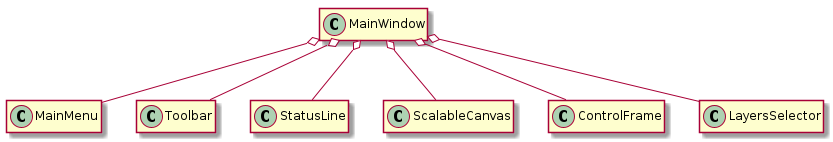
The PlantUML diagram documentation/main_window_classes.png in fian-tuesday/interfan, before a commit. Source of this version:
```plantuml
@startuml

class MainWindow{
    _init_menu()
    _init_toolbar()
    _init_status_line()
    _init_canvas()
    _init_control_frame()
    _init_layers_selector()
    _bind_controllers()
    load_interferogram_dialog()
    save_phases_dialog()
}

class MainMenu
class Toolbar
class StatusLine


class ScalableCanvas{
    scale_image(percent)
    crawl(dx, dy)
    get_coords(x, y)
}


class ControlFrame{
}

class LayersSelector{
}

hide members

MainWindow o-down- MainMenu
MainWindow o-down- Toolbar
MainWindow o-down- StatusLine
MainWindow o-down- ScalableCanvas
MainWindow o-down- ControlFrame
MainWindow o-down- LayersSelector

@enduml
```
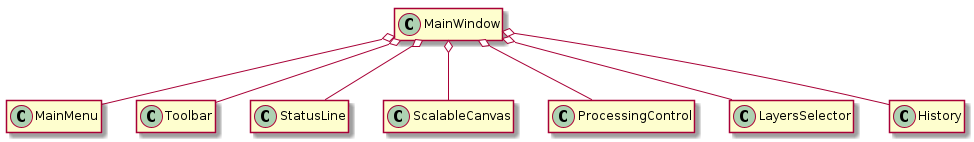
After the commit.

Commit message:
Documentation changes: renamed Filter class, added History widget.

Diff of the diagram source:
```diff
@@ -24,7 +24,7 @@
 }
 
 
-class ControlFrame{
+class ProcessingControl{
 }
 
 class LayersSelector{
@@ -36,7 +36,8 @@
 MainWindow o-down- Toolbar
 MainWindow o-down- StatusLine
 MainWindow o-down- ScalableCanvas
-MainWindow o-down- ControlFrame
+MainWindow o-down- ProcessingControl
 MainWindow o-down- LayersSelector
+MainWindow o-down- History
 
 @enduml
```
